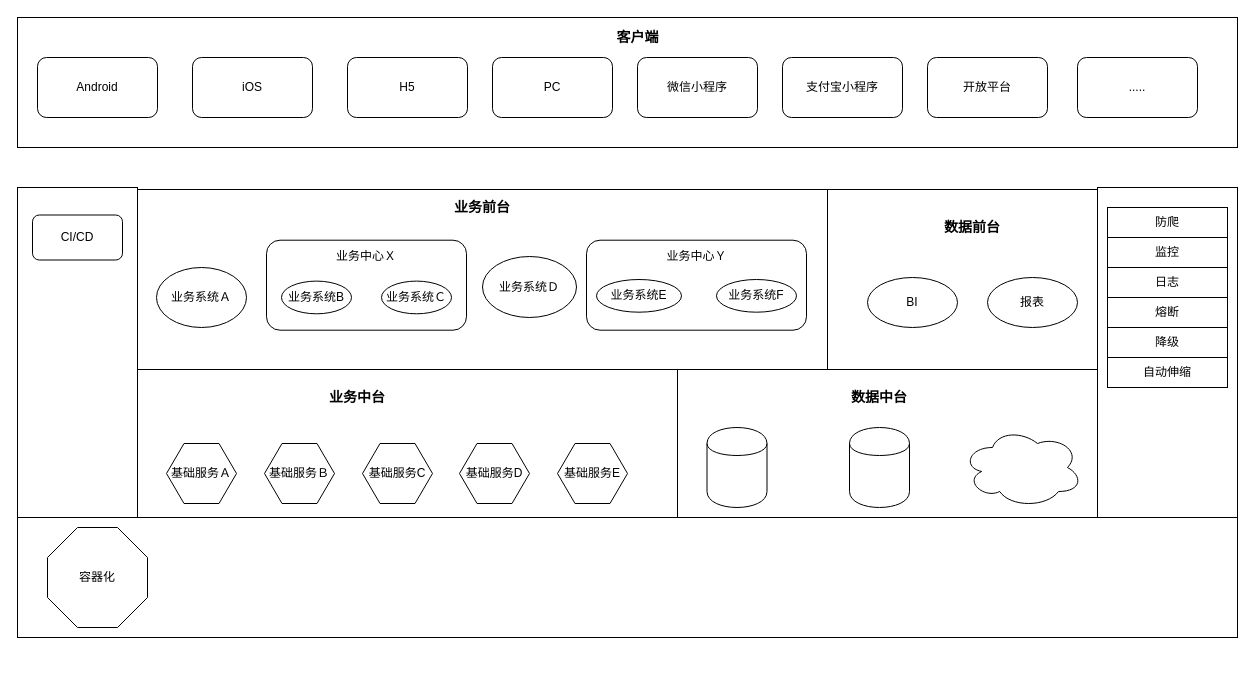
This is page 1 of 2 of 系统架构.drawio from NonePro/UML, a draw.io file, before an edit. Source tidied: cells renumbered, new cells numbered last; positions are measured from the earlier drawing's top-left corner, leaving out a move shared by most shapes. Both pictures are drawn from the tidied source at 100%, with x=0, y=0 at pixel (17, 17).
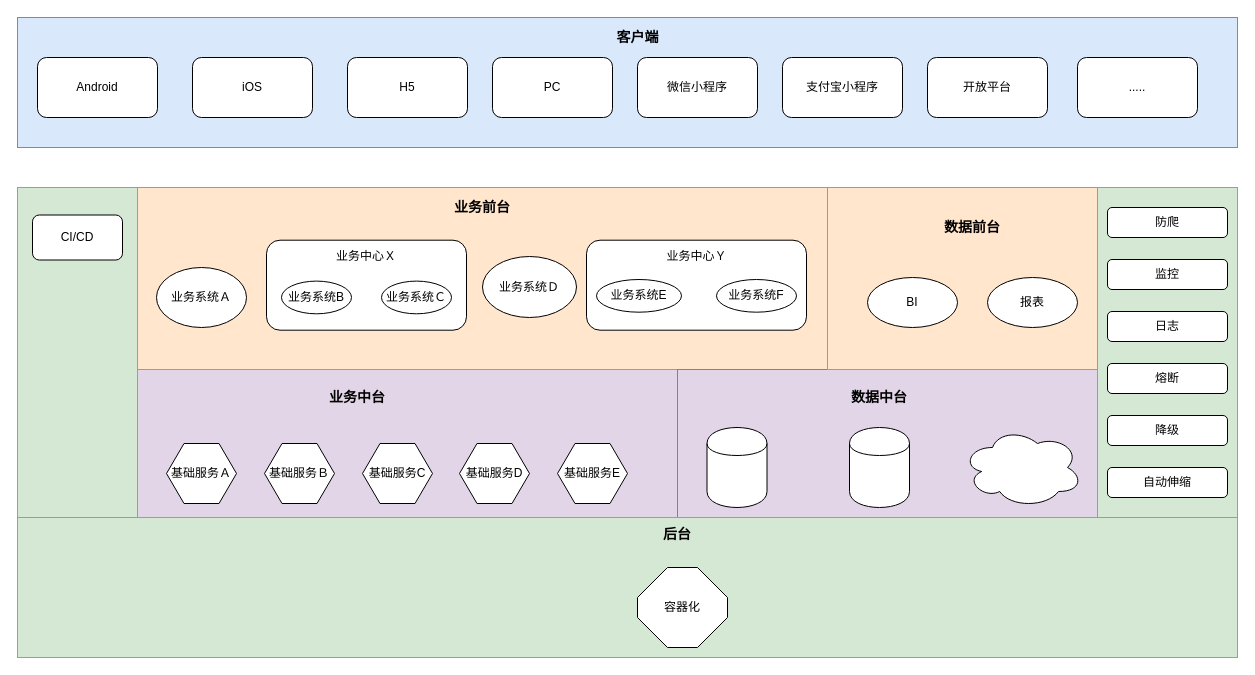
The same diagram, later.

Diff of the diagram source:
```diff
@@
-    <mxCell id="3" style="rounded=0;whiteSpace=wrap;html=1;" parent="2" vertex="1">
+    <mxCell id="3" style="rounded=0;whiteSpace=wrap;html=1;fillColor=#e1d5e7;strokeColor=#9673a6;" parent="2" vertex="1">
       <mxGeometry x="120" y="352" width="540" height="148" as="geometry" />
     </mxCell>
@@
-    <mxCell id="11" style="rounded=0;whiteSpace=wrap;html=1;" parent="10" vertex="1">
-      <mxGeometry x="120" y="172" width="690" height="180" as="geometry" />
+    <mxCell id="11" style="rounded=0;whiteSpace=wrap;html=1;fillColor=#ffe6cc;strokeColor=#d79b00;" parent="10" vertex="1">
+      <mxGeometry x="120" y="170" width="690" height="182" as="geometry" />
     </mxCell>
@@
-    <mxCell id="26" style="rounded=0;whiteSpace=wrap;html=1;" parent="25" vertex="1">
+    <mxCell id="26" style="rounded=0;whiteSpace=wrap;html=1;fillColor=#e1d5e7;strokeColor=#9673a6;" parent="25" vertex="1">
       <mxGeometry x="660" y="352" width="420" height="148" as="geometry" />
     </mxCell>
@@
-    <mxCell id="33" style="rounded=0;whiteSpace=wrap;html=1;" parent="32" vertex="1">
-      <mxGeometry y="500" width="1220" height="120" as="geometry" />
+    <mxCell id="33" style="rounded=0;whiteSpace=wrap;html=1;fillColor=#d5e8d4;strokeColor=#82b366;" parent="32" vertex="1">
+      <mxGeometry y="500" width="1220" height="140" as="geometry" />
     </mxCell>
     <mxCell id="34" value="容器化" style="whiteSpace=wrap;html=1;shape=mxgraph.basic.octagon2;align=center;verticalAlign=middle;dx=15;" parent="32" vertex="1">
-      <mxGeometry x="30" y="510" width="100" height="100" as="geometry" />
+      <mxGeometry x="620" y="550" width="90" height="80" as="geometry" />
     </mxCell>
+    <mxCell id="61" value="&lt;font style=&quot;font-size: 14px&quot;&gt;&lt;b&gt;后台&lt;/b&gt;&lt;/font&gt;" style="text;html=1;strokeColor=none;fillColor=none;align=center;verticalAlign=middle;whiteSpace=wrap;rounded=0;" parent="32" vertex="1">
+      <mxGeometry x="640" y="507" width="40" height="20" as="geometry" />
+    </mxCell>
@@
-    <mxCell id="36" style="rounded=0;whiteSpace=wrap;html=1;" parent="35" vertex="1">
+    <mxCell id="36" style="rounded=0;whiteSpace=wrap;html=1;fillColor=#d5e8d4;strokeColor=#82b366;" parent="35" vertex="1">
       <mxGeometry x="1080" y="170" width="140" height="330" as="geometry" />
     </mxCell>
-    <mxCell id="37" value="防爬" style="rounded=0;whiteSpace=wrap;html=1;" parent="35" vertex="1">
+    <mxCell id="37" value="防爬" style="rounded=1;whiteSpace=wrap;html=1;" parent="35" vertex="1">
       <mxGeometry x="1090" y="190" width="120" height="30" as="geometry" />
     </mxCell>
-    <mxCell id="38" value="监控" style="rounded=0;whiteSpace=wrap;html=1;" parent="35" vertex="1">
-      <mxGeometry x="1090" y="220" width="120" height="30" as="geometry" />
+    <mxCell id="38" value="监控" style="rounded=1;whiteSpace=wrap;html=1;" parent="35" vertex="1">
+      <mxGeometry x="1090" y="242" width="120" height="30" as="geometry" />
     </mxCell>
-    <mxCell id="39" value="日志" style="rounded=0;whiteSpace=wrap;html=1;" parent="35" vertex="1">
-      <mxGeometry x="1090" y="250" width="120" height="30" as="geometry" />
+    <mxCell id="39" value="日志" style="rounded=1;whiteSpace=wrap;html=1;" parent="35" vertex="1">
+      <mxGeometry x="1090" y="294" width="120" height="30" as="geometry" />
     </mxCell>
-    <mxCell id="40" value="熔断" style="rounded=0;whiteSpace=wrap;html=1;" parent="35" vertex="1">
-      <mxGeometry x="1090" y="280" width="120" height="30" as="geometry" />
+    <mxCell id="40" value="熔断" style="rounded=1;whiteSpace=wrap;html=1;" parent="35" vertex="1">
+      <mxGeometry x="1090" y="346" width="120" height="30" as="geometry" />
     </mxCell>
-    <mxCell id="41" value="降级" style="rounded=0;whiteSpace=wrap;html=1;" parent="35" vertex="1">
-      <mxGeometry x="1090" y="310" width="120" height="30" as="geometry" />
+    <mxCell id="41" value="降级" style="rounded=1;whiteSpace=wrap;html=1;" parent="35" vertex="1">
+      <mxGeometry x="1090" y="398" width="120" height="30" as="geometry" />
     </mxCell>
-    <mxCell id="42" value="自动伸缩" style="rounded=0;whiteSpace=wrap;html=1;" parent="35" vertex="1">
-      <mxGeometry x="1090" y="340" width="120" height="30" as="geometry" />
+    <mxCell id="42" value="自动伸缩" style="rounded=1;whiteSpace=wrap;html=1;" parent="35" vertex="1">
+      <mxGeometry x="1090" y="450" width="120" height="30" as="geometry" />
     </mxCell>
-    <mxCell id="43" style="rounded=0;whiteSpace=wrap;html=1;" parent="35" vertex="1">
+    <mxCell id="43" style="rounded=0;whiteSpace=wrap;html=1;fillColor=#d5e8d4;strokeColor=#82b366;" parent="35" vertex="1">
       <mxGeometry y="170" width="120" height="330" as="geometry" />
     </mxCell>
@@
-    <mxCell id="46" style="rounded=0;whiteSpace=wrap;html=1;" parent="45" vertex="1">
-      <mxGeometry x="810" y="172" width="270" height="180" as="geometry" />
+    <mxCell id="46" style="rounded=0;whiteSpace=wrap;html=1;fillColor=#ffe6cc;strokeColor=#d79b00;" parent="45" vertex="1">
+      <mxGeometry x="810" y="170" width="270" height="182" as="geometry" />
     </mxCell>
@@
-    <mxCell id="51" style="rounded=0;whiteSpace=wrap;html=1;" parent="50" vertex="1">
+    <mxCell id="51" style="rounded=0;whiteSpace=wrap;html=1;fillColor=#dae8fc;strokeColor=#6c8ebf;" parent="50" vertex="1">
       <mxGeometry width="1220" height="130" as="geometry" />
     </mxCell>
@@
+    <mxCell id="62" parent="0" />
```
